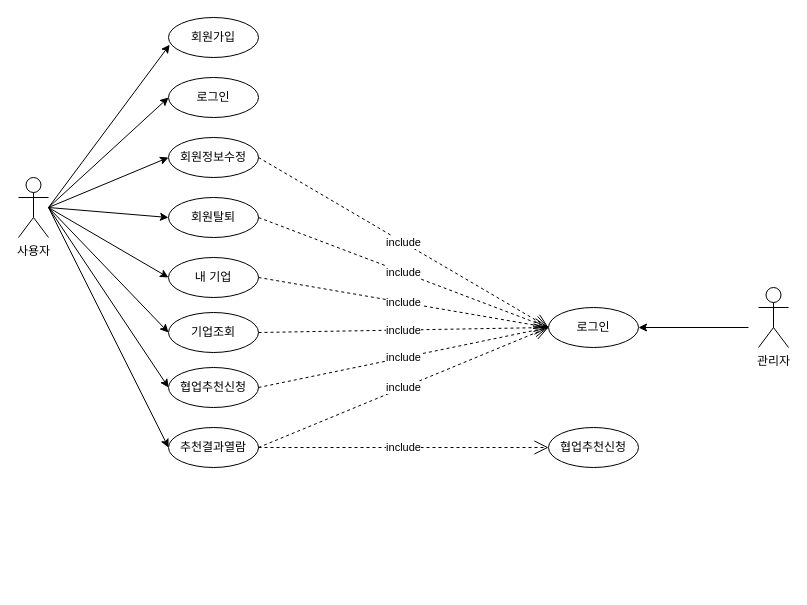
Earlier version of the draw.io diagram 유스케이스.drawio (hanbinpark/Spring). Source tidied: cells renumbered, new cells numbered last; positions are measured from the earlier drawing's top-left corner, leaving out a move shared by most shapes. Both pictures are drawn from the tidied source at 100%, with x=0, y=0 at pixel (18, 17).
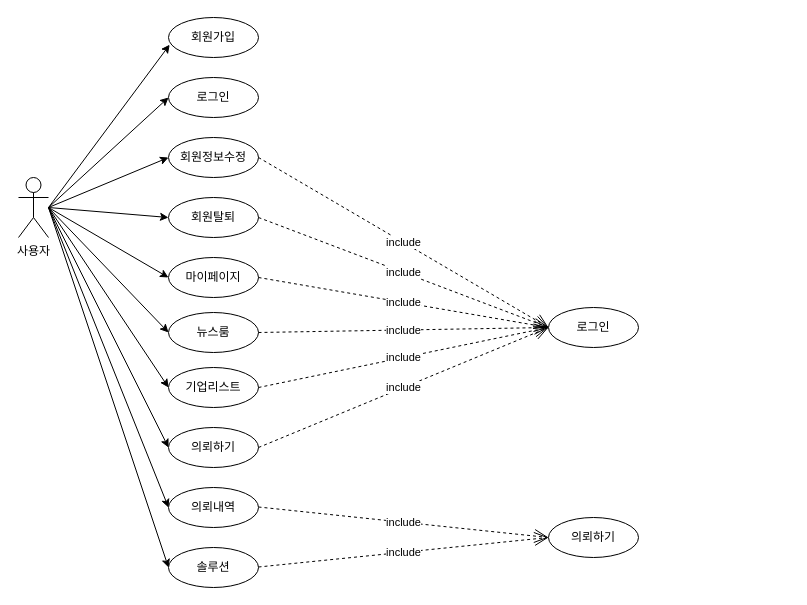
The same page after the edit.

Commit message:
유스케이스.drawio 업데이트

The change refers to these unchanged cells:
```xml
<mxCell id="27" value="로그인" style="ellipse;whiteSpace=wrap;html=1;" parent="1" vertex="1">
  <mxGeometry x="530" y="290" width="90" height="40" as="geometry" />
</mxCell>
```

Diff of the diagram source:
```diff
@@
-    <mxCell id="3" value="관리자" style="shape=umlActor;verticalLabelPosition=bottom;verticalAlign=top;html=1;" parent="1" vertex="1">
-      <mxGeometry x="740" y="270" width="30" height="60" as="geometry" />
-    </mxCell>
@@
-    <mxCell id="8" value="내 기업" style="ellipse;whiteSpace=wrap;html=1;" parent="1" vertex="1">
+    <mxCell id="8" value="마이페이지" style="ellipse;whiteSpace=wrap;html=1;" parent="1" vertex="1">
       <mxGeometry x="150" y="240" width="90" height="40" as="geometry" />
     </mxCell>
-    <mxCell id="9" value="기업조회" style="ellipse;whiteSpace=wrap;html=1;" parent="1" vertex="1">
+    <mxCell id="9" value="뉴스룸" style="ellipse;whiteSpace=wrap;html=1;" parent="1" vertex="1">
       <mxGeometry x="150" y="295" width="90" height="40" as="geometry" />
     </mxCell>
-    <mxCell id="10" value="협업추천신청" style="ellipse;whiteSpace=wrap;html=1;" parent="1" vertex="1">
+    <mxCell id="10" value="기업리스트" style="ellipse;whiteSpace=wrap;html=1;" parent="1" vertex="1">
       <mxGeometry x="150" y="350" width="90" height="40" as="geometry" />
     </mxCell>
-    <mxCell id="11" value="추천결과열람" style="ellipse;whiteSpace=wrap;html=1;" parent="1" vertex="1">
+    <mxCell id="11" value="의뢰하기" style="ellipse;whiteSpace=wrap;html=1;" parent="1" vertex="1">
       <mxGeometry x="150" y="410" width="90" height="40" as="geometry" />
     </mxCell>
@@
-    <mxCell id="20" style="endArrow=classic;html=1;rounded=0;entryX=1;entryY=0.5;entryDx=0;entryDy=0;" parent="1" edge="1" target="27">
-      <mxGeometry relative="1" as="geometry">
-        <mxPoint x="730" y="310" as="sourcePoint" />
-      </mxGeometry>
-    </mxCell>
@@
-    <mxCell id="28" value="include" style="endArrow=open;endSize=12;dashed=1;html=1;rounded=0;exitX=1;exitY=0.5;exitDx=0;exitDy=0;" parent="1" edge="1" source="11">
+    <mxCell id="28" value="include" style="endArrow=open;endSize=12;dashed=1;html=1;rounded=0;exitX=1;exitY=0.5;exitDx=0;exitDy=0;entryX=0;entryY=0.5;entryDx=0;entryDy=0;" parent="1" edge="1" target="29">
       <mxGeometry relative="1" as="geometry">
-        <mxPoint x="530" y="430" as="targetPoint" />
+        <mxPoint x="240" y="489.5" as="sourcePoint" />
       </mxGeometry>
     </mxCell>
-    <mxCell id="29" value="협업추천신청" style="ellipse;whiteSpace=wrap;html=1;" parent="1" vertex="1">
-      <mxGeometry x="530" y="410" width="90" height="40" as="geometry" />
+    <mxCell id="29" value="의뢰하기" style="ellipse;whiteSpace=wrap;html=1;" parent="1" vertex="1">
+      <mxGeometry x="530" y="500" width="90" height="40" as="geometry" />
     </mxCell>
+    <mxCell id="30" value="의뢰내역" style="ellipse;whiteSpace=wrap;html=1;" parent="1" vertex="1">
+      <mxGeometry x="150" y="470" width="90" height="40" as="geometry" />
+    </mxCell>
+    <mxCell id="31" value="솔루션" style="ellipse;whiteSpace=wrap;html=1;" parent="1" vertex="1">
+      <mxGeometry x="150" y="530" width="90" height="40" as="geometry" />
+    </mxCell>
+    <mxCell id="32" style="endArrow=classic;html=1;rounded=0;entryX=0;entryY=0.5;entryDx=0;entryDy=0;" parent="1" edge="1" target="30">
+      <mxGeometry relative="1" as="geometry">
+        <mxPoint x="30" y="190" as="sourcePoint" />
+      </mxGeometry>
+    </mxCell>
+    <mxCell id="33" style="endArrow=classic;html=1;rounded=0;entryX=0;entryY=0.5;entryDx=0;entryDy=0;" parent="1" edge="1" target="31">
+      <mxGeometry relative="1" as="geometry">
+        <mxPoint x="30" y="190" as="sourcePoint" />
+      </mxGeometry>
+    </mxCell>
+    <mxCell id="34" value="include" style="endArrow=open;endSize=12;dashed=1;html=1;rounded=0;exitX=1;exitY=0.5;exitDx=0;exitDy=0;entryX=0;entryY=0.5;entryDx=0;entryDy=0;" parent="1" edge="1" target="29">
+      <mxGeometry relative="1" as="geometry">
+        <mxPoint x="240" y="549.5" as="sourcePoint" />
+      </mxGeometry>
+    </mxCell>
```
